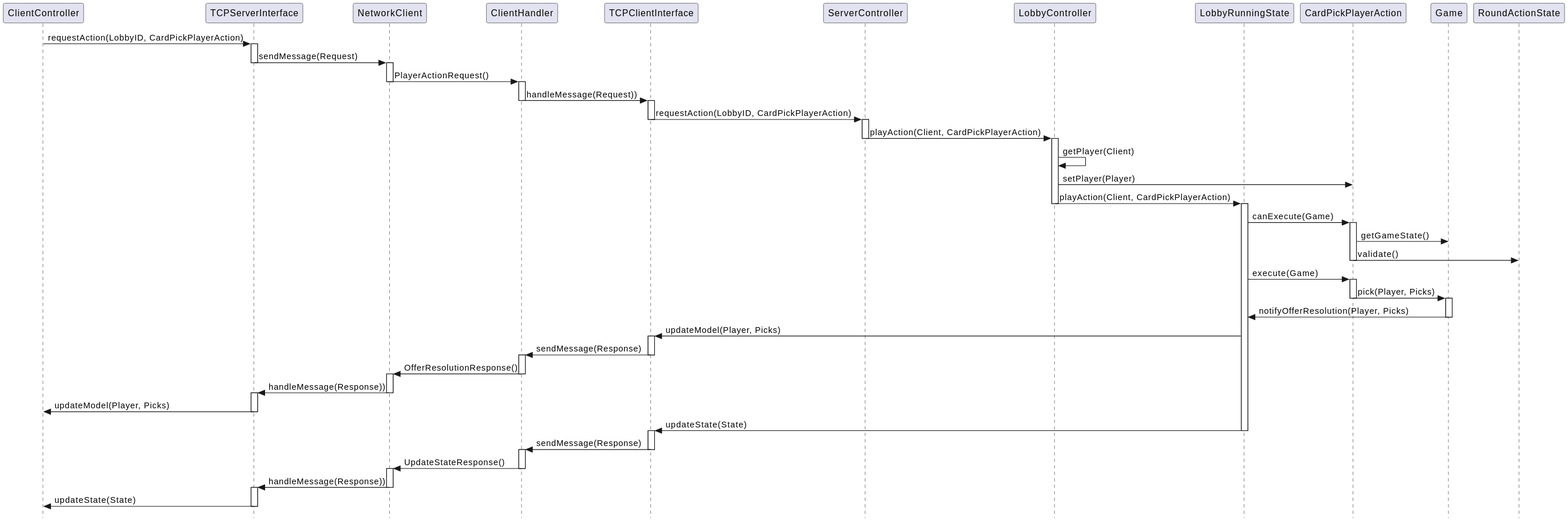
The PlantUML diagram uml/card_pick_tcp.svg in Teiyo22/ing-sw-2026-hu-hu-jin-jin, before a commit. The source it was exported from:
```plantuml
@startuml
skinparam style strictuml

participant ClientController
participant TCPServerInterface
participant NetworkClient
participant ClientHandler
participant TCPClientInterface
participant ServerController
participant LobbyController
participant LobbyRunningState
participant CardPickPlayerAction
participant Game
participant RoundActionState

ClientController -> TCPServerInterface: requestAction(LobbyID, CardPickPlayerAction)

activate TCPServerInterface
TCPServerInterface -> NetworkClient: sendMessage(Request)
deactivate TCPServerInterface

activate NetworkClient
NetworkClient -> ClientHandler: PlayerActionRequest()
deactivate NetworkClient

activate ClientHandler
ClientHandler -> TCPClientInterface: handleMessage(Request))
deactivate ClientHandler

activate TCPClientInterface
TCPClientInterface -> ServerController: requestAction(LobbyID, CardPickPlayerAction)
deactivate TCPClientInterface

activate ServerController
ServerController -> LobbyController: playAction(Client, CardPickPlayerAction)
deactivate ServerController

activate LobbyController
LobbyController -> LobbyController: getPlayer(Client)
LobbyController -> CardPickPlayerAction: setPlayer(Player)
LobbyController -> LobbyRunningState: playAction(Client, CardPickPlayerAction)
deactivate LobbyController

activate LobbyRunningState
LobbyRunningState -> CardPickPlayerAction: canExecute(Game)

activate CardPickPlayerAction
CardPickPlayerAction -> Game: getGameState()
CardPickPlayerAction -> RoundActionState: validate()
deactivate CardPickPlayerAction

LobbyRunningState -> CardPickPlayerAction: execute(Game)

activate CardPickPlayerAction
CardPickPlayerAction -> Game: pick(Player, Picks)
deactivate CardPickPlayerAction

activate Game
Game -> LobbyRunningState: notifyOfferResolution(Player, Picks)
deactivate Game

LobbyRunningState -> TCPClientInterface: updateModel(Player, Picks)

activate TCPClientInterface
TCPClientInterface -> ClientHandler: sendMessage(Response)
deactivate TCPClientInterface

activate ClientHandler
ClientHandler -> NetworkClient: OfferResolutionResponse()
deactivate ClientHandler

activate NetworkClient
NetworkClient -> TCPServerInterface: handleMessage(Response))
deactivate NetworkClient

activate TCPServerInterface
TCPServerInterface -> ClientController: updateModel(Player, Picks)
deactivate TCPServerInterface

LobbyRunningState -> TCPClientInterface: updateState(State)
deactivate LobbyRunningState

activate TCPClientInterface
TCPClientInterface -> ClientHandler: sendMessage(Response)
deactivate TCPClientInterface

activate ClientHandler
ClientHandler -> NetworkClient: UpdateStateResponse()
deactivate ClientHandler

activate NetworkClient
NetworkClient -> TCPServerInterface: handleMessage(Response))
deactivate NetworkClient

activate TCPServerInterface
TCPServerInterface -> ClientController: updateState(State)
deactivate TCPServerInterface
@enduml
```
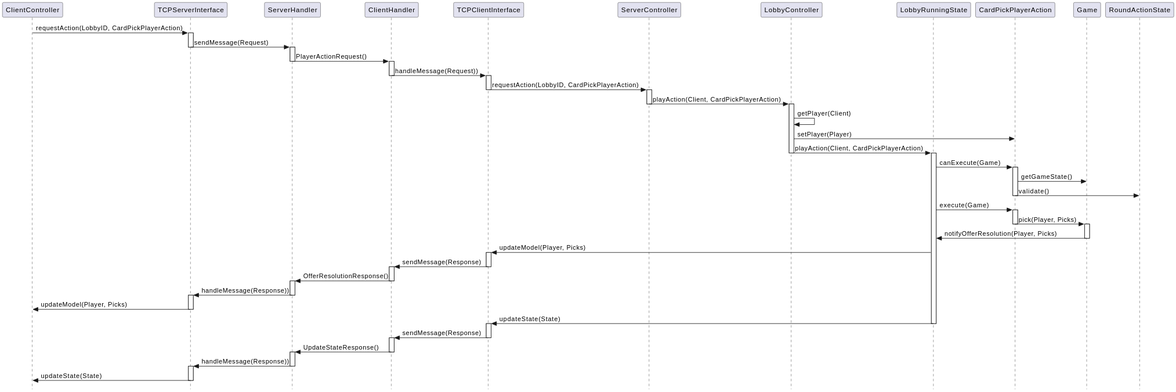
After the change.

What changed in the source:
```diff
@@ -3,7 +3,7 @@
 
 participant ClientController
 participant TCPServerInterface
-participant NetworkClient
+participant ServerHandler
 participant ClientHandler
 participant TCPClientInterface
 participant ServerController
@@ -16,12 +16,12 @@
 ClientController -> TCPServerInterface: requestAction(LobbyID, CardPickPlayerAction)
 
 activate TCPServerInterface
-TCPServerInterface -> NetworkClient: sendMessage(Request)
+TCPServerInterface -> ServerHandler: sendMessage(Request)
 deactivate TCPServerInterface
 
-activate NetworkClient
-NetworkClient -> ClientHandler: PlayerActionRequest()
-deactivate NetworkClient
+activate ServerHandler
+ServerHandler -> ClientHandler: PlayerActionRequest()
+deactivate ServerHandler
 
 activate ClientHandler
 ClientHandler -> TCPClientInterface: handleMessage(Request))
@@ -66,12 +66,12 @@
 deactivate TCPClientInterface
 
 activate ClientHandler
-ClientHandler -> NetworkClient: OfferResolutionResponse()
+ClientHandler -> ServerHandler: OfferResolutionResponse()
 deactivate ClientHandler
 
-activate NetworkClient
-NetworkClient -> TCPServerInterface: handleMessage(Response))
-deactivate NetworkClient
+activate ServerHandler
+ServerHandler -> TCPServerInterface: handleMessage(Response))
+deactivate ServerHandler
 
 activate TCPServerInterface
 TCPServerInterface -> ClientController: updateModel(Player, Picks)
@@ -85,12 +85,12 @@
 deactivate TCPClientInterface
 
 activate ClientHandler
-ClientHandler -> NetworkClient: UpdateStateResponse()
+ClientHandler -> ServerHandler: UpdateStateResponse()
 deactivate ClientHandler
 
-activate NetworkClient
-NetworkClient -> TCPServerInterface: handleMessage(Response))
-deactivate NetworkClient
+activate ServerHandler
+ServerHandler -> TCPServerInterface: handleMessage(Response))
+deactivate ServerHandler
 
 activate TCPServerInterface
 TCPServerInterface -> ClientController: updateState(State)
```
